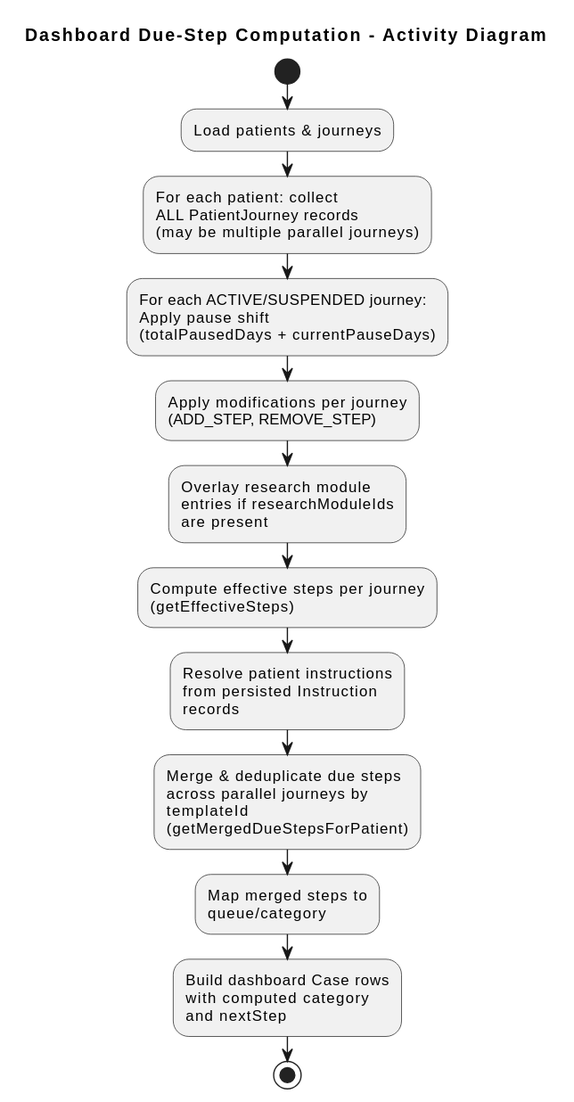
The PlantUML diagram docs/diagrams/journey-scheduling-flow.svg in gforge/DUK, before a commit.
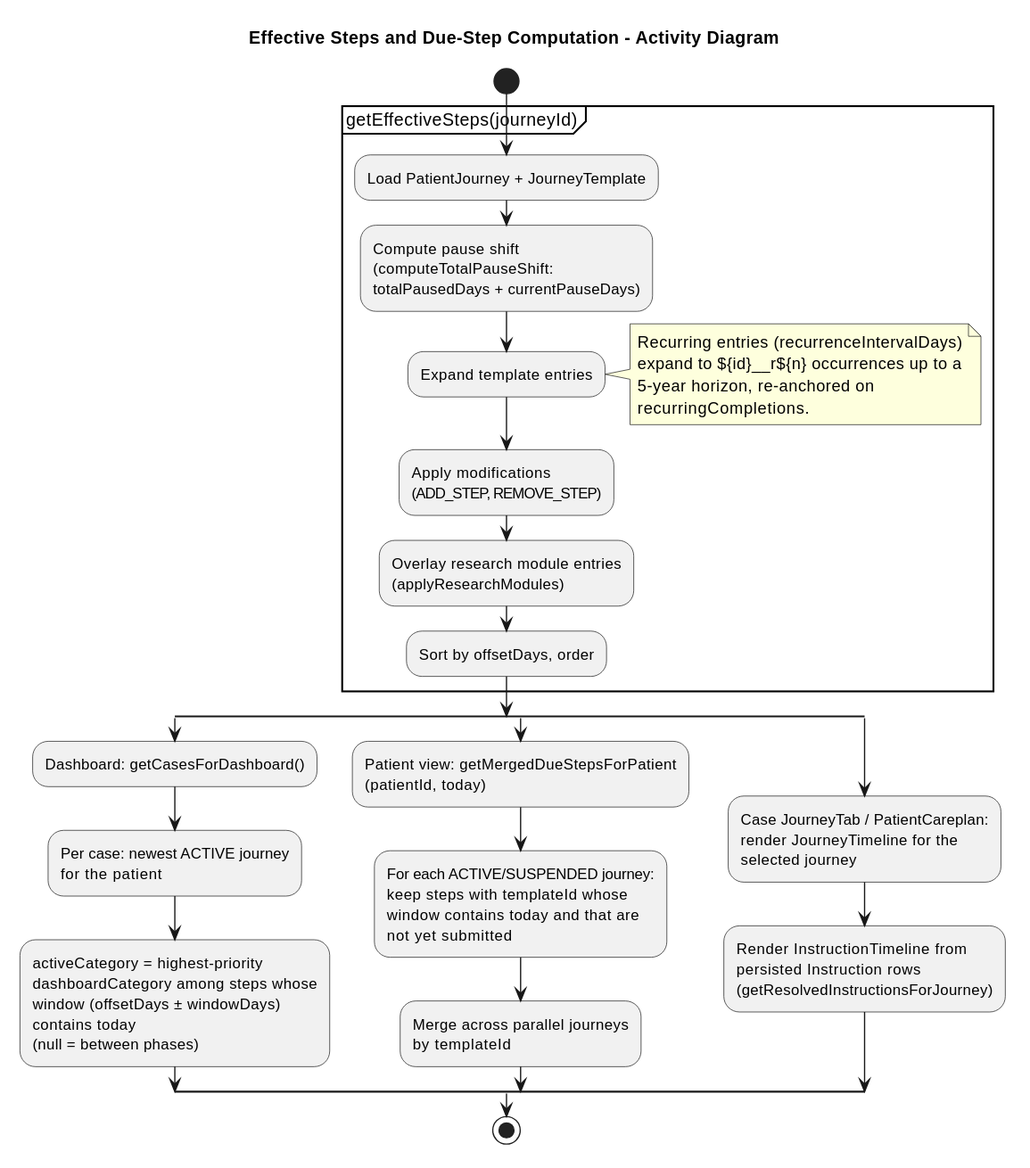
The same file after the commit.

What changed in the source:
```diff
@@ -1,33 +1,52 @@
 @startuml
 
-title Dashboard Due-Step Computation - Activity Diagram
+title Effective Steps and Due-Step Computation - Activity Diagram
 
 start
-:Load patients & journeys;
-:For each patient: collect
-ALL PatientJourney records
-(may be multiple parallel journeys);
-:For each ACTIVE/SUSPENDED journey:
-Apply pause shift
-(totalPausedDays + currentPauseDays);
-:Apply modifications per journey
-(ADD_STEP, REMOVE_STEP);
-:Overlay research module
-entries if researchModuleIds
-are present;
-:Compute effective steps per journey
-(getEffectiveSteps);
-:Resolve patient instructions
-from persisted Instruction
-records;
-:Merge & deduplicate due steps
-across parallel journeys by
-templateId
-(getMergedDueStepsForPatient);
-:Map merged steps to
-queue/category;
-:Build dashboard Case rows
-with computed category
-and nextStep;
+partition "getEffectiveSteps(journeyId)" {
+  :Load PatientJourney + JourneyTemplate;
+  :Compute pause shift
+  (computeTotalPauseShift:
+  totalPausedDays + currentPauseDays);
+  :Expand template entries;
+  note right
+    Recurring entries (recurrenceIntervalDays)
+    expand to ${id}__r${n} occurrences up to a
+    5-year horizon, re-anchored on
+    recurringCompletions.
+  end note
+  :Apply modifications
+  (ADD_STEP, REMOVE_STEP);
+  :Overlay research module entries
+  (applyResearchModules);
+  :Sort by offsetDays, order;
+}
+
+split
+  :Dashboard: getCasesForDashboard();
+  :Per case: newest ACTIVE journey
+  for the patient;
+  :activeCategory = highest-priority
+  dashboardCategory among steps whose
+  window (offsetDays ± windowDays)
+  contains today
+  (null = between phases);
+split again
+  :Patient view: getMergedDueStepsForPatient
+  (patientId, today);
+  :For each ACTIVE/SUSPENDED journey:
+  keep steps with templateId whose
+  window contains today and that are
+  not yet submitted;
+  :Merge across parallel journeys
+  by templateId;
+split again
+  :Case JourneyTab / PatientCareplan:
+  render JourneyTimeline for the
+  selected journey;
+  :Render InstructionTimeline from
+  persisted Instruction rows
+  (getResolvedInstructionsForJourney);
+end split
 stop
 @enduml
```
